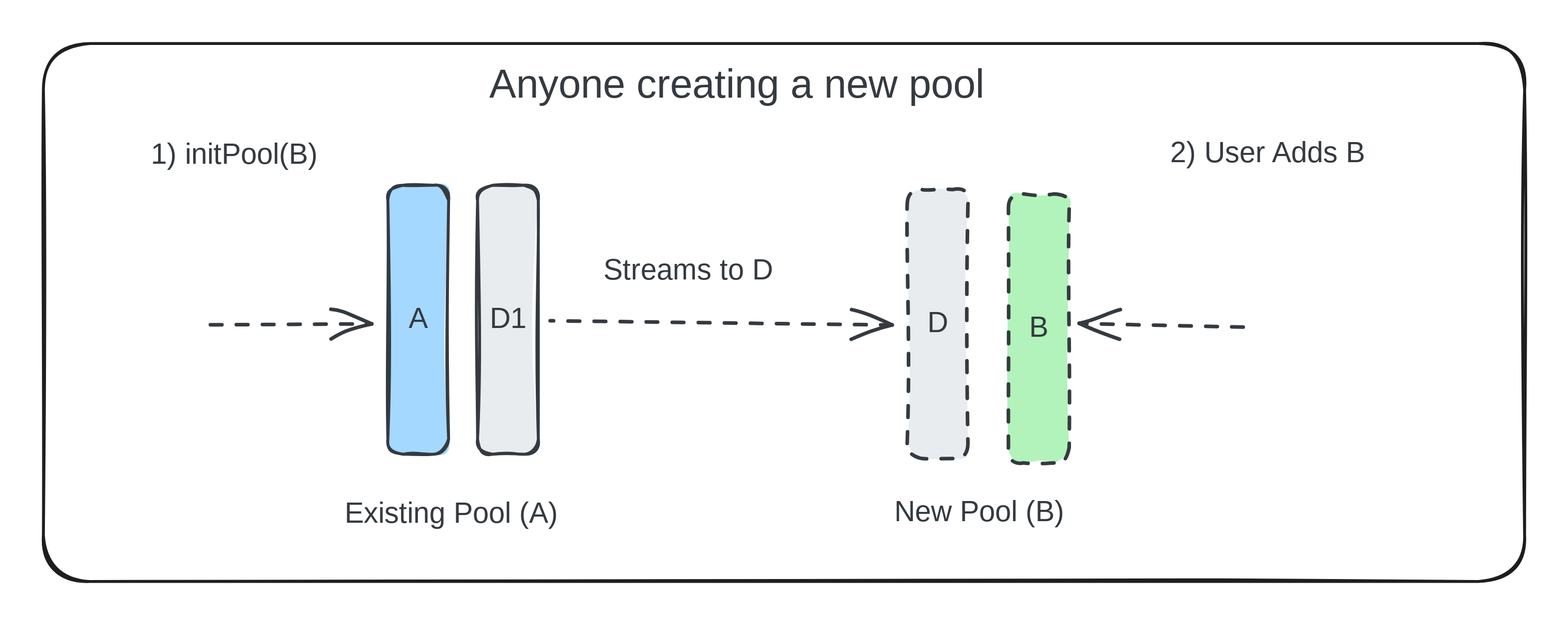
Earlier version of the Excalidraw export .gitbook/assets/file.excalidraw (8).svg (decaswap-labs/docs). Source tidied: one line per element, renumbered; positions are measured from the earlier drawing's top-left corner, leaving out a move shared by most shapes.
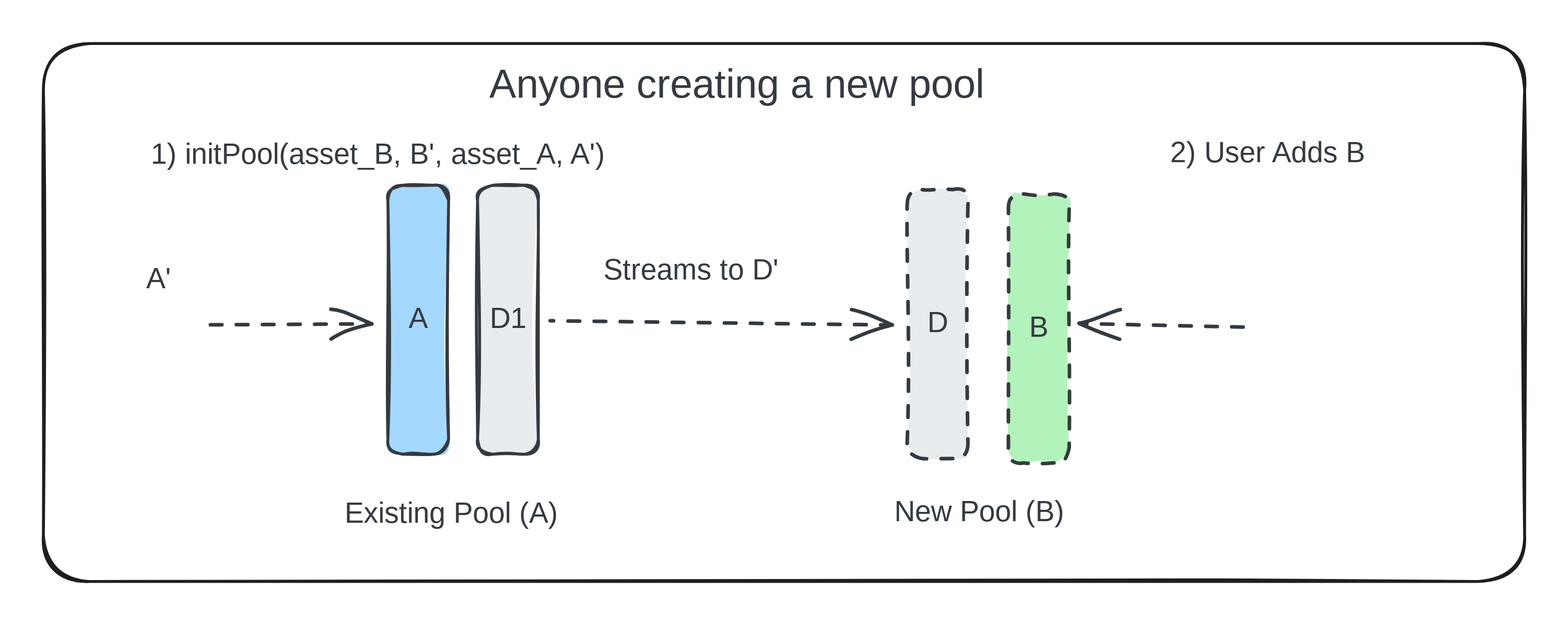
Above is the later version.

The edit, as a diff of the source:
```diff
@@ -5,7 +5,7 @@
 {"id": 4, "type": "rectangle", "strokeColor": "#343a40", "backgroundColor": "#a5d8ff", "fillStyle": "solid", "strokeWidth": 2, "roughness": 1, "round": true, "x": 238, "y": 98, "width": 42, "height": 186}
 {"id": 5, "type": "text", "text": "A", "strokeColor": "#343a40", "backgroundColor": "#e9ecef", "fillStyle": "solid", "strokeWidth": 2, "roughness": 1, "fontSize": 20, "fontFamily": 1, "textAlign": "center", "verticalAlign": "middle", "inside": 4, "x": 253, "y": 178, "width": 13, "height": 25}
 {"id": 6, "type": "text", "text": "2) User Adds B", "strokeColor": "#343a40", "backgroundColor": "#a5d8ff", "fillStyle": "solid", "strokeWidth": 2, "strokeStyle": "dashed", "roughness": 1, "fontSize": 20, "fontFamily": 1, "x": 779, "y": 64, "width": 157, "height": 25}
-{"id": 7, "type": "text", "text": "1) initPool(B)", "strokeColor": "#343a40", "backgroundColor": "#a5d8ff", "fillStyle": "solid", "strokeWidth": 2, "strokeStyle": "dashed", "roughness": 1, "fontSize": 20, "fontFamily": 1, "x": 74, "y": 65, "width": 122, "height": 25}
+{"id": 7, "type": "text", "text": "1) initPool(asset_B, B', asset_A, A')", "strokeColor": "#343a40", "backgroundColor": "#a5d8ff", "fillStyle": "solid", "strokeWidth": 2, "strokeStyle": "dashed", "roughness": 1, "fontSize": 20, "fontFamily": 1, "x": 74, "y": 65, "width": 366, "height": 25}
 {"id": 8, "type": "rectangle", "strokeColor": "#1e1e1e", "strokeWidth": 2, "roughness": 1, "round": true, "x": 0, "y": 0, "width": 1024, "height": 372}
 {"id": 9, "type": "text", "text": "Anyone creating a new pool", "strokeColor": "#343a40", "backgroundColor": "#a5d8ff", "fillStyle": "solid", "strokeWidth": 2, "strokeStyle": "dashed", "roughness": 1, "fontSize": 28, "fontFamily": 1, "x": 308, "y": 12, "width": 370, "height": 35}
 {"id": 10, "type": "rectangle", "strokeColor": "#343a40", "backgroundColor": "#e9ecef", "fillStyle": "solid", "strokeWidth": 2, "strokeStyle": "dashed", "roughness": 1, "round": true, "x": 597, "y": 101, "width": 42, "height": 186}
@@ -13,6 +13,7 @@
 {"id": 12, "type": "rectangle", "strokeColor": "#343a40", "backgroundColor": "#b2f2bb", "fillStyle": "solid", "strokeWidth": 2, "strokeStyle": "dashed", "roughness": 1, "round": true, "x": 667, "y": 104, "width": 42, "height": 186}
 {"id": 13, "type": "text", "text": "B", "strokeColor": "#343a40", "backgroundColor": "#e9ecef", "fillStyle": "solid", "strokeWidth": 2, "roughness": 1, "fontSize": 20, "fontFamily": 1, "textAlign": "center", "verticalAlign": "middle", "inside": 12, "x": 681, "y": 184, "width": 15, "height": 25}
 {"id": 14, "type": "arrow", "strokeColor": "#343a40", "backgroundColor": "#a5d8ff", "fillStyle": "solid", "strokeWidth": 2, "strokeStyle": "dashed", "roughness": 1, "endArrowhead": "arrow", "round": true, "to": 12, "x": 830, "y": 197, "width": 114, "height": 4, "points": [[0, 0], [-114, -4]]}
-{"id": 15, "type": "text", "text": "Existing Pool (A)", "strokeColor": "#343a40", "backgroundColor": "#a5d8ff", "fillStyle": "solid", "strokeWidth": 2, "strokeStyle": "dashed", "roughness": 1, "fontSize": 20, "fontFamily": 1, "x": 208, "y": 313, "width": 164, "height": 25}
+{"id": 18, "type": "text", "text": "Existing Pool (A)", "strokeColor": "#343a40", "backgroundColor": "#a5d8ff", "fillStyle": "solid", "strokeWidth": 2, "strokeStyle": "dashed", "roughness": 1, "fontSize": 20, "fontFamily": 1, "x": 208, "y": 313, "width": 164, "height": 25}
 {"id": 16, "type": "text", "text": "New Pool (B)", "strokeColor": "#343a40", "backgroundColor": "#a5d8ff", "fillStyle": "solid", "strokeWidth": 2, "strokeStyle": "dashed", "roughness": 1, "fontSize": 20, "fontFamily": 1, "x": 588, "y": 312, "width": 126, "height": 25}
-{"id": 17, "type": "text", "text": "Streams to D", "strokeColor": "#343a40", "backgroundColor": "#a5d8ff", "fillStyle": "solid", "strokeWidth": 2, "strokeStyle": "dashed", "roughness": 1, "fontSize": 20, "fontFamily": 1, "x": 387, "y": 145, "width": 138, "height": 25}
+{"id": 17, "type": "text", "text": "Streams to D'", "strokeColor": "#343a40", "backgroundColor": "#a5d8ff", "fillStyle": "solid", "strokeWidth": 2, "strokeStyle": "dashed", "roughness": 1, "fontSize": 20, "fontFamily": 1, "x": 387, "y": 145, "width": 143, "height": 25}
+{"id": 15, "type": "text", "text": "A'", "strokeColor": "#343a40", "backgroundColor": "#a5d8ff", "fillStyle": "solid", "strokeWidth": 2, "strokeStyle": "dashed", "roughness": 1, "fontSize": 20, "fontFamily": 1, "x": 71, "y": 151, "width": 18, "height": 25}
```
